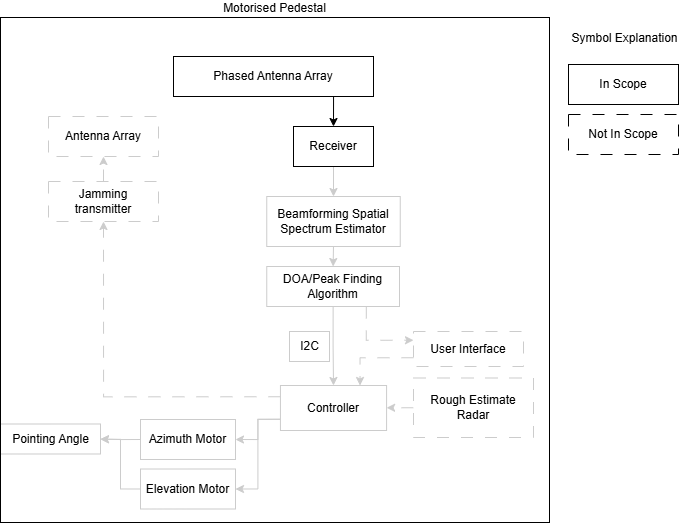
Above: gitfigures/system_design/project_scope_illustration_antenne.png in Niclasapdk/esd5_project (draw.io), before the change. Source tidied: cells renumbered, new cells last; positions are measured from the earlier drawing's top-left corner, leaving out a move shared by most shapes.
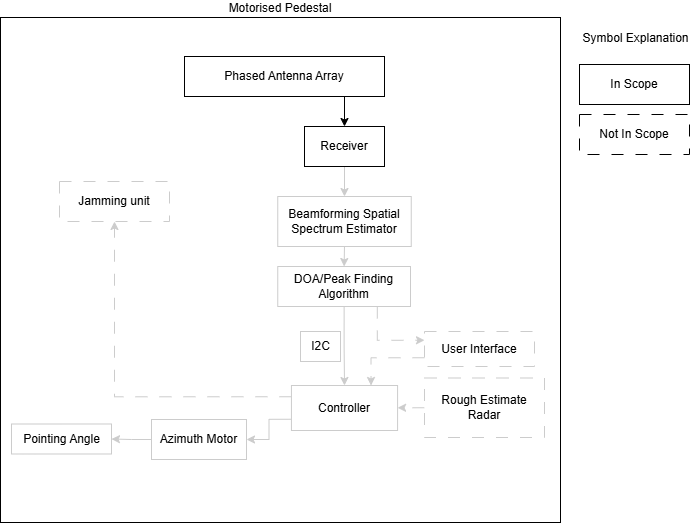
After the change.

What changed in the source:
```diff
@@ -2,15 +2,15 @@
   <root>
     <mxCell id="0" />
     <mxCell id="1" parent="0" />
+    <mxCell id="31" value="Motorised Pedestal" style="rounded=0;whiteSpace=wrap;html=1;fillColor=none;strokeColor=#000000;labelPosition=center;verticalLabelPosition=top;align=center;verticalAlign=bottom;" parent="1" vertex="1">
+      <mxGeometry x="-11" width="560" height="505" as="geometry" />
+    </mxCell>
     <mxCell id="2" style="edgeStyle=orthogonalEdgeStyle;rounded=0;jettySize=auto;html=1;exitX=0.75;exitY=1;exitDx=0;exitDy=0;entryX=0.5;entryY=0;entryDx=0;entryDy=0;strokeColor=#000000;" parent="1" edge="1" source="3" target="6">
       <mxGeometry relative="1" as="geometry" />
     </mxCell>
     <mxCell id="3" value="Phased Antenna Array" style="rounded=0;whiteSpace=wrap;html=1;strokeColor=#000000;" parent="1" vertex="1">
       <mxGeometry x="173" y="39" width="200" height="40" as="geometry" />
     </mxCell>
-    <mxCell id="4" value="Antenna Array" style="rounded=0;whiteSpace=wrap;html=1;dashed=1;dashPattern=12 12;strokeColor=#CCCCCC;" parent="1" vertex="1">
-      <mxGeometry x="48" y="99" width="110" height="40" as="geometry" />
-    </mxCell>
     <mxCell id="5" style="edgeStyle=orthogonalEdgeStyle;rounded=0;jettySize=auto;html=1;exitX=0.5;exitY=1;exitDx=0;exitDy=0;entryX=0.5;entryY=0;entryDx=0;entryDy=0;strokeColor=#CCCCCC;" parent="1" edge="1" source="6" target="8">
       <mxGeometry relative="1" as="geometry" />
     </mxCell>
@@ -35,9 +35,6 @@
     <mxCell id="12" style="edgeStyle=orthogonalEdgeStyle;rounded=0;jettySize=auto;html=1;exitX=0;exitY=0.75;exitDx=0;exitDy=0;entryX=1;entryY=0.5;entryDx=0;entryDy=0;strokeColor=#CCCCCC;" parent="1" edge="1" source="15" target="17">
       <mxGeometry relative="1" as="geometry" />
     </mxCell>
-    <mxCell id="13" style="edgeStyle=orthogonalEdgeStyle;rounded=0;jettySize=auto;html=1;exitX=0;exitY=0.75;exitDx=0;exitDy=0;entryX=1;entryY=0.5;entryDx=0;entryDy=0;strokeColor=#CCCCCC;" parent="1" edge="1" source="15" target="18">
-      <mxGeometry relative="1" as="geometry" />
-    </mxCell>
     <mxCell id="14" style="edgeStyle=orthogonalEdgeStyle;rounded=0;jettySize=auto;html=1;exitX=0;exitY=0.25;exitDx=0;exitDy=0;entryX=0.5;entryY=1;entryDx=0;entryDy=0;dashed=1;dashPattern=12 12;strokeColor=#CCCCCC;" parent="1" edge="1" source="15" target="20">
       <mxGeometry relative="1" as="geometry" />
     </mxCell>
@@ -50,13 +47,7 @@
     <mxCell id="17" value="Azimuth Motor" style="rounded=0;whiteSpace=wrap;html=1;strokeColor=#CCCCCC;" parent="1" vertex="1">
       <mxGeometry x="140" y="402" width="95" height="40" as="geometry" />
     </mxCell>
-    <mxCell id="18" value="Elevation Motor" style="rounded=0;whiteSpace=wrap;html=1;strokeColor=#CCCCCC;" parent="1" vertex="1">
-      <mxGeometry x="140" y="451.5" width="95" height="40" as="geometry" />
-    </mxCell>
-    <mxCell id="19" style="edgeStyle=orthogonalEdgeStyle;rounded=0;jettySize=auto;html=1;exitX=0.5;exitY=0;exitDx=0;exitDy=0;entryX=0.5;entryY=1;entryDx=0;entryDy=0;dashed=1;dashPattern=12 12;strokeColor=#CCCCCC;" parent="1" edge="1" source="20" target="4">
-      <mxGeometry relative="1" as="geometry" />
-    </mxCell>
-    <mxCell id="20" value="Jamming transmitter" style="rounded=0;whiteSpace=wrap;html=1;dashed=1;dashPattern=12 12;strokeColor=#CCCCCC;" parent="1" vertex="1">
+    <mxCell id="20" value="Jamming unit" style="rounded=0;whiteSpace=wrap;html=1;dashed=1;dashPattern=12 12;strokeColor=#CCCCCC;" parent="1" vertex="1">
       <mxGeometry x="48" y="164" width="110" height="40" as="geometry" />
     </mxCell>
     <mxCell id="21" value="In Scope" style="rounded=0;whiteSpace=wrap;html=1;" parent="1" vertex="1">
@@ -77,9 +68,6 @@
     <mxCell id="26" value="Pointing Angle" style="text;html=1;align=center;verticalAlign=middle;points=[];strokeColor=#CCCCCC;fillColor=none;" parent="1" vertex="1">
       <mxGeometry y="406.5" width="100" height="30" as="geometry" />
     </mxCell>
-    <mxCell id="27" style="edgeStyle=orthogonalEdgeStyle;rounded=0;jettySize=auto;html=1;exitX=0;exitY=0.5;exitDx=0;exitDy=0;entryX=1;entryY=0.51;entryDx=0;entryDy=0;entryPerimeter=0;strokeColor=#CCCCCC;" parent="1" edge="1" source="18" target="26">
-      <mxGeometry relative="1" as="geometry" />
-    </mxCell>
     <mxCell id="28" style="edgeStyle=orthogonalEdgeStyle;rounded=0;jettySize=auto;html=1;exitX=0;exitY=0.5;exitDx=0;exitDy=0;entryX=1;entryY=0.5;entryDx=0;entryDy=0;dashed=1;dashPattern=12 12;strokeColor=#CCCCCC;" parent="1" edge="1" source="29" target="15">
       <mxGeometry relative="1" as="geometry" />
     </mxCell>
@@ -89,8 +77,5 @@
     <mxCell id="30" value="I2C" style="text;html=1;align=center;verticalAlign=middle;strokeColor=#CCCCCC;fillColor=none;" parent="1" vertex="1">
       <mxGeometry x="289" y="314" width="40" height="30" as="geometry" />
     </mxCell>
-    <mxCell id="31" value="Motorised Pedestal" style="rounded=0;whiteSpace=wrap;html=1;fillColor=none;strokeColor=#000000;labelPosition=center;verticalLabelPosition=top;align=center;verticalAlign=bottom;" parent="1" vertex="1">
-      <mxGeometry width="549" height="505" as="geometry" />
-    </mxCell>
   </root>
 </mxGraphModel>
```
